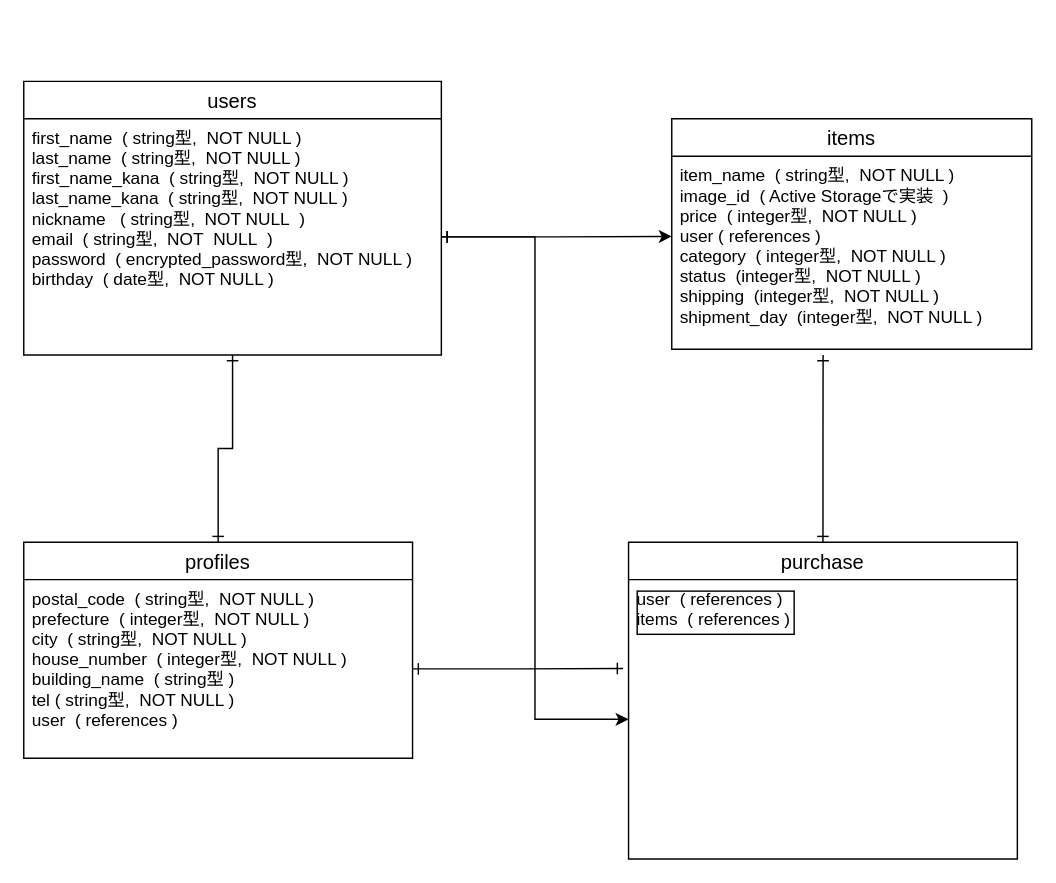
This is config/furima.dio from kimiko-i/furima-31997, a draw.io file, before an edit. Source tidied: cells renumbered, new cells numbered last; positions are measured from the earlier drawing's top-left corner, leaving out a move shared by most shapes. Both pictures are drawn from the tidied source at 144%, with x=0, y=0 at pixel (23, 81).
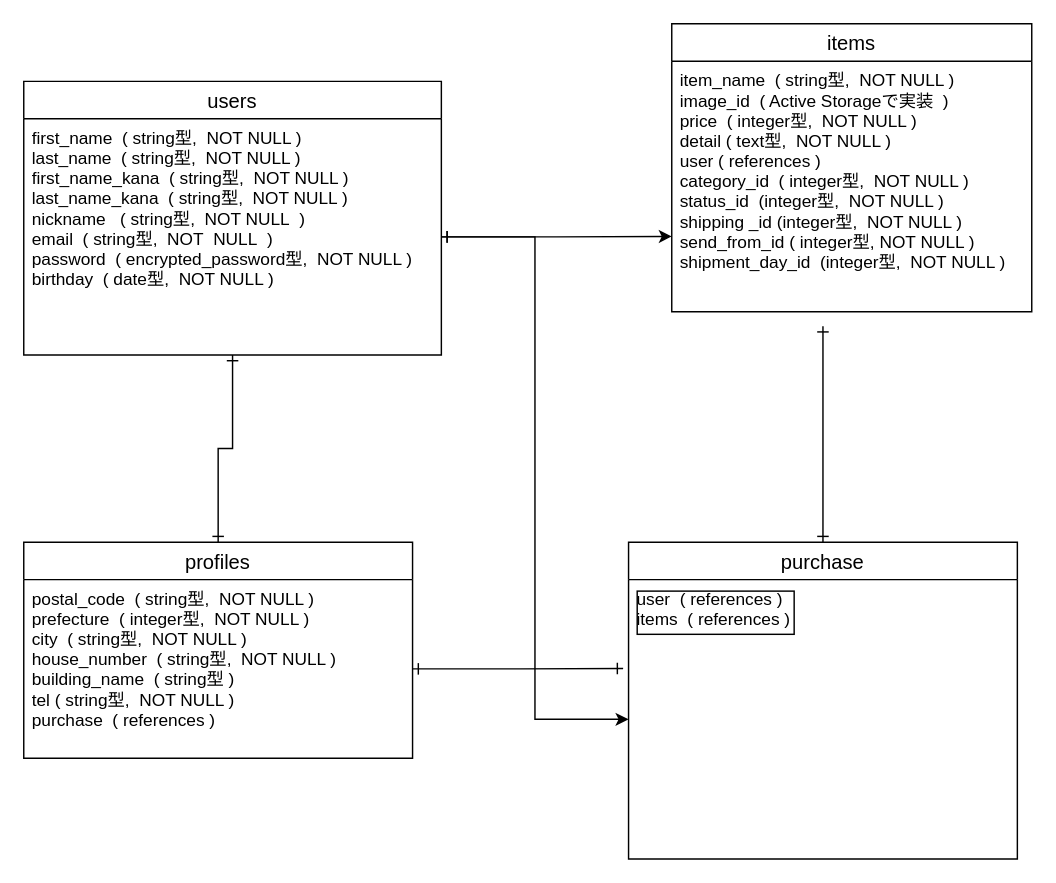
Above is the later version.

What changed in the source:
```diff
@@
 <mxGraphModel>
   <root>
     <mxCell id="0" />
     <mxCell id="1" parent="0" />
     <mxCell id="2" style="edgeStyle=orthogonalEdgeStyle;rounded=0;jettySize=auto;html=1;entryX=0.5;entryY=0;entryDx=0;entryDy=0;endArrow=ERone;endFill=0;startArrow=ERone;startFill=0;" parent="1" edge="1" source="3" target="5">
       <mxGeometry relative="1" as="geometry" />
     </mxCell>
     <mxCell id="3" value="users" style="swimlane;fontStyle=0;horizontal=1;startSize=26;align=center;fontSize=14;" parent="1" vertex="1">
       <mxGeometry width="290" height="190" as="geometry" />
     </mxCell>
     <mxCell id="4" value="first_name  ( string型,  NOT NULL )&#10;last_name  ( string型,  NOT NULL )&#10;first_name_kana  ( string型,  NOT NULL )&#10;last_name_kana  ( string型,  NOT NULL )&#10;nickname   ( string型,  NOT NULL  )&#10;email  ( string型,  NOT  NULL  )&#10;password  ( encrypted_password型,  NOT NULL )&#10;birthday  ( date型,  NOT NULL )&#10;&#10;" style="text;strokeColor=none;fillColor=none;spacingLeft=4;spacingRight=4;overflow=hidden;points=[[0,0.5],[1,0.5]];portConstraint=eastwest;fontSize=12;" parent="3" vertex="1">
       <mxGeometry y="26" width="290" height="164" as="geometry" />
     </mxCell>
     <mxCell id="5" value="profiles" style="swimlane;fontStyle=0;horizontal=1;startSize=26;align=center;fontSize=14;" parent="1" vertex="1">
       <mxGeometry y="320" width="270" height="150" as="geometry" />
     </mxCell>
-    <mxCell id="6" value="postal_code  ( string型,  NOT NULL )&#10;prefecture  ( integer型,  NOT NULL )&#10;city  ( string型,  NOT NULL )&#10;house_number  ( integer型,  NOT NULL )&#10;building_name  ( string型 )&#10;tel ( string型,  NOT NULL )&#10;user  ( references )" style="text;strokeColor=none;fillColor=none;spacingLeft=4;spacingRight=4;overflow=hidden;points=[[0,0.5],[1,0.5]];portConstraint=eastwest;fontSize=12;" parent="5" vertex="1">
+    <mxCell id="6" value="postal_code  ( string型,  NOT NULL )&#10;prefecture  ( integer型,  NOT NULL )&#10;city  ( string型,  NOT NULL )&#10;house_number  ( string型,  NOT NULL )&#10;building_name  ( string型 )&#10;tel ( string型,  NOT NULL )&#10;purchase  ( references )" style="text;strokeColor=none;fillColor=none;spacingLeft=4;spacingRight=4;overflow=hidden;points=[[0,0.5],[1,0.5]];portConstraint=eastwest;fontSize=12;" parent="5" vertex="1">
       <mxGeometry y="26" width="270" height="124" as="geometry" />
     </mxCell>
     <mxCell id="7" style="edgeStyle=orthogonalEdgeStyle;rounded=0;jettySize=auto;html=1;exitX=1;exitY=0.5;exitDx=0;exitDy=0;startArrow=ERone;startFill=0;endArrow=classic;endFill=1;" parent="1" edge="1" source="4">
       <mxGeometry relative="1" as="geometry">
         <mxPoint x="450" y="107.7" as="targetPoint" />
       </mxGeometry>
     </mxCell>
     <mxCell id="8" style="edgeStyle=orthogonalEdgeStyle;rounded=0;jettySize=auto;html=1;exitX=0.5;exitY=0;exitDx=0;exitDy=0;startArrow=ERone;startFill=0;endArrow=ERone;endFill=0;fontColor=#f0f0f0;" parent="1" edge="1" source="9">
       <mxGeometry relative="1" as="geometry">
-        <mxPoint x="555.1" y="190" as="targetPoint" />
+        <mxPoint x="555" y="170" as="targetPoint" />
       </mxGeometry>
     </mxCell>
     <mxCell id="9" value="purchase" style="swimlane;fontStyle=0;horizontal=1;startSize=26;align=center;fontSize=14;" parent="1" vertex="1">
       <mxGeometry x="420" y="320" width="270" height="220" as="geometry" />
     </mxCell>
     <mxCell id="10" value="user  ( references )&#10;items  ( references )&#10;" style="text;strokeColor=none;fillColor=none;spacingLeft=4;spacingRight=4;overflow=hidden;points=[[0,0.5],[1,0.5]];portConstraint=eastwest;fontSize=12;labelBackgroundColor=none;verticalAlign=top;labelBorderColor=#000000;" parent="9" vertex="1">
       <mxGeometry y="26" width="270" height="194" as="geometry" />
     </mxCell>
     <mxCell id="11" style="edgeStyle=orthogonalEdgeStyle;rounded=0;jettySize=auto;html=1;startArrow=ERone;startFill=0;endArrow=classic;endFill=1;fontColor=#f0f0f0;" parent="1" edge="1" source="4" target="10">
       <mxGeometry relative="1" as="geometry" />
     </mxCell>
     <mxCell id="12" style="edgeStyle=orthogonalEdgeStyle;rounded=0;jettySize=auto;html=1;exitX=1;exitY=0.5;exitDx=0;exitDy=0;entryX=-0.014;entryY=0.318;entryDx=0;entryDy=0;entryPerimeter=0;startArrow=ERone;startFill=0;endArrow=ERone;endFill=0;fontColor=#f0f0f0;" parent="1" edge="1" source="6" target="10">
       <mxGeometry relative="1" as="geometry" />
     </mxCell>
     <mxCell id="13" value="items" style="swimlane;fontStyle=0;horizontal=1;startSize=26;align=center;fontSize=14;" parent="1" vertex="1">
-      <mxGeometry x="450" y="26" width="250" height="160" as="geometry" />
+      <mxGeometry x="450" y="-40" width="250" height="200" as="geometry" />
     </mxCell>
-    <mxCell id="14" value="item_name  ( string型,  NOT NULL )&#10;image_id  ( Active Storageで実装  )&#10;price  ( integer型,  NOT NULL )&#10;user ( references )&#10;category  ( integer型,  NOT NULL )&#10;status  (integer型,  NOT NULL )&#10;shipping  (integer型,  NOT NULL )&#10;shipment_day  (integer型,  NOT NULL )&#10;" style="text;strokeColor=none;fillColor=none;spacingLeft=4;spacingRight=4;overflow=hidden;fontSize=12;" parent="13" vertex="1">
-      <mxGeometry y="26" width="250" height="134" as="geometry" />
+    <mxCell id="14" value="item_name  ( string型,  NOT NULL )&#10;image_id  ( Active Storageで実装  )&#10;price  ( integer型,  NOT NULL )&#10;detail ( text型,  NOT NULL )&#10;user ( references )&#10;category_id  ( integer型,  NOT NULL )&#10;status_id  (integer型,  NOT NULL )&#10;shipping _id (integer型,  NOT NULL )&#10;send_from_id ( integer型, NOT NULL )&#10;shipment_day_id  (integer型,  NOT NULL )&#10;" style="text;strokeColor=none;fillColor=none;spacingLeft=4;spacingRight=4;overflow=hidden;fontSize=12;" parent="13" vertex="1">
+      <mxGeometry y="26" width="250" height="174" as="geometry" />
     </mxCell>
   </root>
 </mxGraphModel>
```
